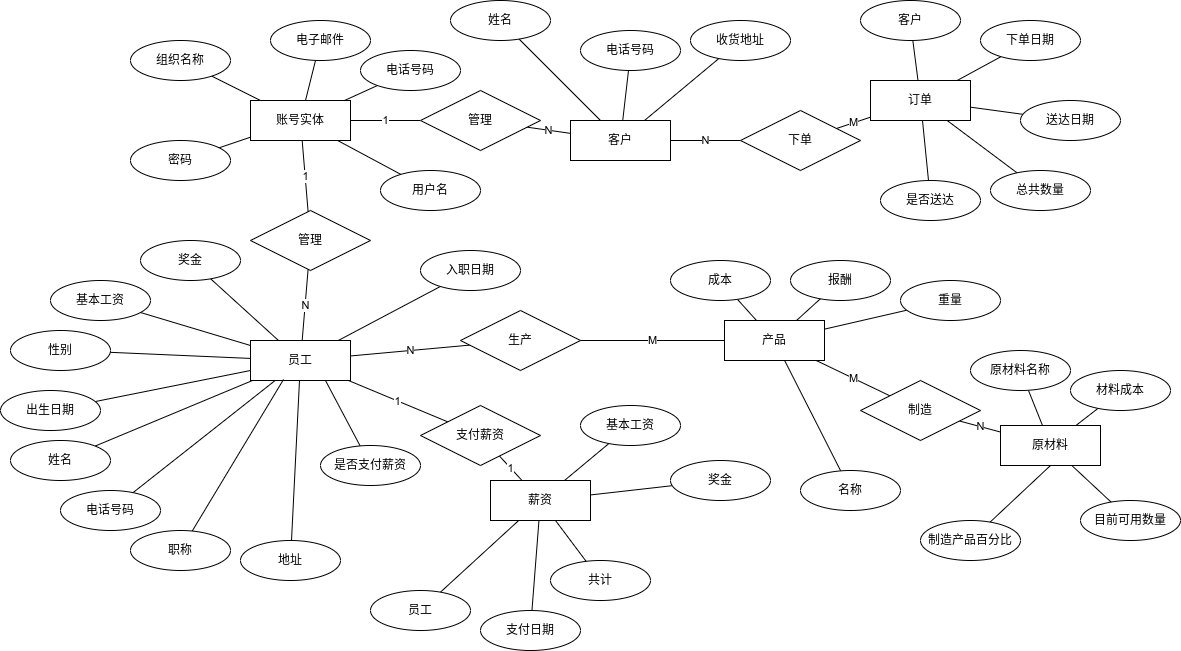
Earlier version of the draw.io export figures/4totalerf.png (jkfx/thesis). Source tidied: cells renumbered, new cells last; positions are measured from the earlier drawing's top-left corner, leaving out a move shared by most shapes.
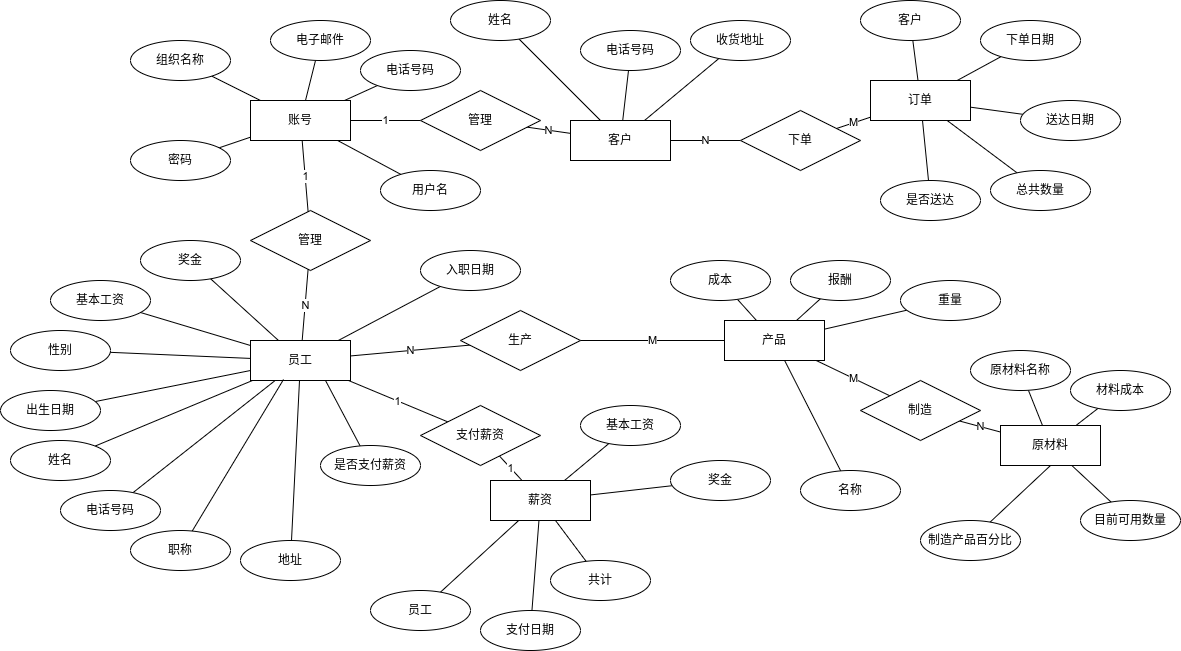
Above is the later version.

Change to the diagram source:
```diff
@@ -242,7 +242,7 @@
     <mxCell id="81" value="1" style="edgeStyle=none;rounded=0;jettySize=auto;html=1;endArrow=none;endFill=0;" parent="1" edge="1" source="82" target="96">
       <mxGeometry relative="1" as="geometry" />
     </mxCell>
-    <mxCell id="82" value="账号实体" style="whiteSpace=wrap;html=1;align=center;" parent="1" vertex="1">
+    <mxCell id="82" value="账号" style="whiteSpace=wrap;html=1;align=center;" parent="1" vertex="1">
       <mxGeometry x="250" y="100" width="100" height="40" as="geometry" />
     </mxCell>
     <mxCell id="83" style="rounded=0;jettySize=auto;html=1;endArrow=none;endFill=0;" parent="1" edge="1" source="84" target="82">
```
